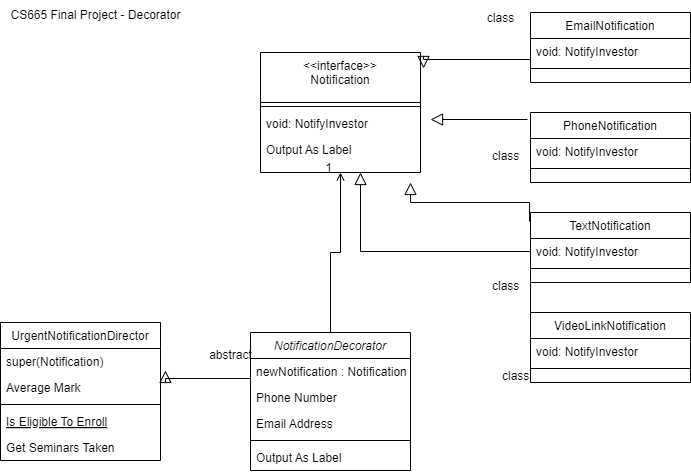
Earlier version of the draw.io export Decorator.drawio.png (jimmyjazz31/CSSFinalProject). Source tidied: cells renumbered, new cells last; positions are measured from the earlier drawing's top-left corner, leaving out a move shared by most shapes.
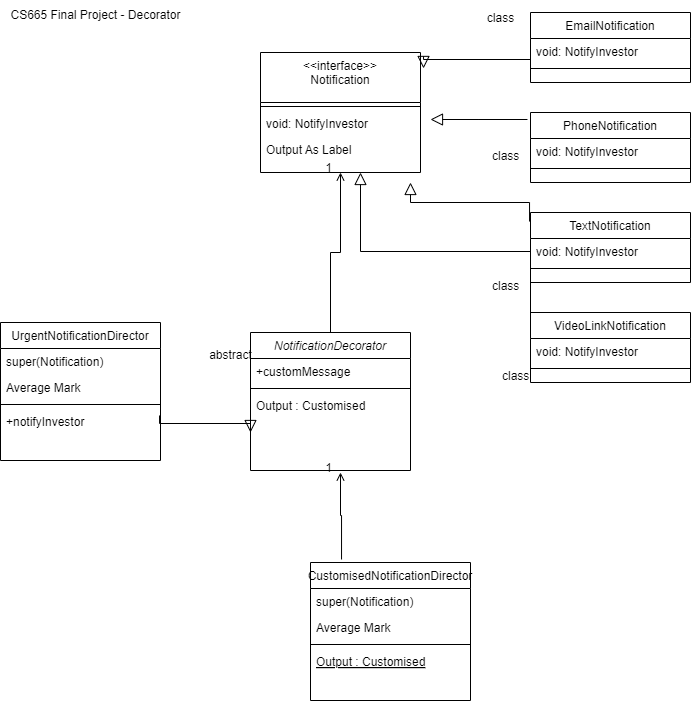
The same file after the commit.

Change to the diagram source:
```diff
@@ -5,20 +5,14 @@
     <mxCell id="2" value="NotificationDecorator" style="swimlane;fontStyle=2;align=center;verticalAlign=top;horizontal=1;startSize=26;rounded=0;shadow=0;strokeWidth=1;" parent="1" vertex="1">
       <mxGeometry x="250" y="332" width="160" height="138" as="geometry" />
     </mxCell>
-    <mxCell id="3" value="newNotification : Notification" style="text;align=left;verticalAlign=top;spacingLeft=4;spacingRight=4;overflow=hidden;" parent="2" vertex="1">
+    <mxCell id="3" value="+customMessage" style="text;align=left;verticalAlign=top;spacingLeft=4;spacingRight=4;overflow=hidden;" parent="2" vertex="1">
       <mxGeometry y="26" width="160" height="26" as="geometry" />
     </mxCell>
-    <mxCell id="4" value="Phone Number" style="text;align=left;verticalAlign=top;spacingLeft=4;spacingRight=4;overflow=hidden;points=[[0,0.5],[1,0.5]];portConstraint=eastwest;rounded=0;shadow=0;html=0;" parent="2" vertex="1">
-      <mxGeometry y="52" width="160" height="26" as="geometry" />
-    </mxCell>
-    <mxCell id="5" value="Email Address" style="text;align=left;verticalAlign=top;spacingLeft=4;spacingRight=4;overflow=hidden;rounded=0;shadow=0;html=0;" parent="2" vertex="1">
-      <mxGeometry y="78" width="160" height="26" as="geometry" />
-    </mxCell>
     <mxCell id="6" style="line;html=1;strokeWidth=1;align=left;verticalAlign=middle;spacingTop=-1;spacingLeft=3;spacingRight=3;labelPosition=right;" parent="2" vertex="1">
-      <mxGeometry y="104" width="160" height="8" as="geometry" />
+      <mxGeometry y="52" width="160" height="8" as="geometry" />
     </mxCell>
-    <mxCell id="7" value="Output As Label" style="text;align=left;verticalAlign=top;spacingLeft=4;spacingRight=4;overflow=hidden;" parent="2" vertex="1">
-      <mxGeometry y="112" width="160" height="26" as="geometry" />
+    <mxCell id="7" value="Output : Customised" style="text;align=left;verticalAlign=top;spacingLeft=4;spacingRight=4;overflow=hidden;" parent="2" vertex="1">
+      <mxGeometry y="60" width="160" height="26" as="geometry" />
     </mxCell>
     <mxCell id="8" value="UrgentNotificationDirector" style="swimlane;fontStyle=0;align=center;verticalAlign=top;horizontal=1;startSize=26;rounded=0;shadow=0;strokeWidth=1;" parent="1" vertex="1">
       <mxGeometry y="322" width="160" height="138" as="geometry" />
@@ -32,14 +26,13 @@
     <mxCell id="11" style="line;html=1;strokeWidth=1;align=left;verticalAlign=middle;spacingTop=-1;spacingLeft=3;spacingRight=3;labelPosition=right;" parent="8" vertex="1">
       <mxGeometry y="78" width="160" height="8" as="geometry" />
     </mxCell>
-    <mxCell id="12" value="Is Eligible To Enroll" style="text;align=left;verticalAlign=top;spacingLeft=4;spacingRight=4;overflow=hidden;fontStyle=4;" parent="8" vertex="1">
-      <mxGeometry y="86" width="160" height="26" as="geometry" />
-    </mxCell>
-    <mxCell id="13" value="Get Seminars Taken" style="text;align=left;verticalAlign=top;spacingLeft=4;spacingRight=4;overflow=hidden;points=[[0,0.5],[1,0.5]];portConstraint=eastwest;" parent="8" vertex="1">
-      <mxGeometry y="112" width="160" height="26" as="geometry" />
+    <mxCell id="13" value="+notifyInvestor " style="text;align=left;verticalAlign=top;spacingLeft=4;spacingRight=4;overflow=hidden;points=[[0,0.5],[1,0.5]];portConstraint=eastwest;" parent="8" vertex="1">
+      <mxGeometry y="86" width="160" height="26" as="geometry" />
     </mxCell>
-    <mxCell id="14" style="endArrow=block;endSize=10;endFill=0;shadow=0;strokeWidth=1;rounded=0;curved=0;edgeStyle=elbowEdgeStyle;elbow=vertical;entryX=1.031;entryY=0.846;entryDx=0;entryDy=0;entryPerimeter=0;exitX=0;exitY=0.115;exitDx=0;exitDy=0;exitPerimeter=0;" parent="1" edge="1" source="4" target="9">
-      <mxGeometry relative="1" as="geometry" />
+    <mxCell id="14" style="endArrow=block;endSize=10;endFill=0;shadow=0;strokeWidth=1;rounded=0;curved=0;edgeStyle=elbowEdgeStyle;elbow=vertical;exitX=0.994;exitY=0.269;exitDx=0;exitDy=0;exitPerimeter=0;" parent="1" edge="1" source="13">
+      <mxGeometry relative="1" as="geometry">
+        <mxPoint x="250" y="432" as="targetPoint" />
+      </mxGeometry>
     </mxCell>
     <mxCell id="15" value="PhoneNotification" style="swimlane;fontStyle=0;align=center;verticalAlign=top;horizontal=1;startSize=26;rounded=0;shadow=0;strokeWidth=1;" parent="1" vertex="1">
       <mxGeometry x="530" y="112" width="160" height="70" as="geometry" />
@@ -138,5 +131,36 @@
     <mxCell id="43" value="CS665 Final Project - Decorator" style="text;html=1;align=center;verticalAlign=middle;strokeColor=none;fillColor=none;" parent="1" vertex="1">
       <mxGeometry width="190" height="30" as="geometry" />
     </mxCell>
+    <mxCell id="44" value="CustomisedNotificationDirector" style="swimlane;fontStyle=0;align=center;verticalAlign=top;horizontal=1;startSize=26;rounded=0;shadow=0;strokeWidth=1;" parent="1" vertex="1">
+      <mxGeometry x="310" y="562" width="160" height="138" as="geometry" />
+    </mxCell>
+    <mxCell id="45" value="super(Notification)" style="text;align=left;verticalAlign=top;spacingLeft=4;spacingRight=4;overflow=hidden;" parent="44" vertex="1">
+      <mxGeometry y="26" width="160" height="26" as="geometry" />
+    </mxCell>
+    <mxCell id="46" value="Average Mark" style="text;align=left;verticalAlign=top;spacingLeft=4;spacingRight=4;overflow=hidden;rounded=0;shadow=0;html=0;" parent="44" vertex="1">
+      <mxGeometry y="52" width="160" height="26" as="geometry" />
+    </mxCell>
+    <mxCell id="47" style="line;html=1;strokeWidth=1;align=left;verticalAlign=middle;spacingTop=-1;spacingLeft=3;spacingRight=3;labelPosition=right;" parent="44" vertex="1">
+      <mxGeometry y="78" width="160" height="8" as="geometry" />
+    </mxCell>
+    <mxCell id="48" value="Output : Customised" style="text;align=left;verticalAlign=top;spacingLeft=4;spacingRight=4;overflow=hidden;fontStyle=4;" parent="44" vertex="1">
+      <mxGeometry y="86" width="160" height="26" as="geometry" />
+    </mxCell>
+    <mxCell id="49" style="endArrow=open;shadow=0;strokeWidth=1;rounded=0;curved=0;endFill=1;edgeStyle=elbowEdgeStyle;elbow=vertical;exitX=0.194;exitY=-0.022;exitDx=0;exitDy=0;exitPerimeter=0;" parent="1" edge="1" source="44">
+      <mxGeometry x="0.5" y="41" relative="1" as="geometry">
+        <mxPoint x="340" y="472" as="targetPoint" />
+        <mxPoint x="-40" y="32" as="offset" />
+      </mxGeometry>
+    </mxCell>
+    <mxCell id="50" style="align=left;verticalAlign=bottom;labelBackgroundColor=none;fontSize=12;" parent="49" vertex="1">
+      <mxGeometry x="-1" relative="1" as="geometry">
+        <mxPoint y="4" as="offset" />
+      </mxGeometry>
+    </mxCell>
+    <mxCell id="51" value="1" style="align=right;verticalAlign=bottom;labelBackgroundColor=none;fontSize=12;" parent="49" vertex="1">
+      <mxGeometry x="1" relative="1" as="geometry">
+        <mxPoint x="-7" y="4" as="offset" />
+      </mxGeometry>
+    </mxCell>
   </root>
 </mxGraphModel>
```
